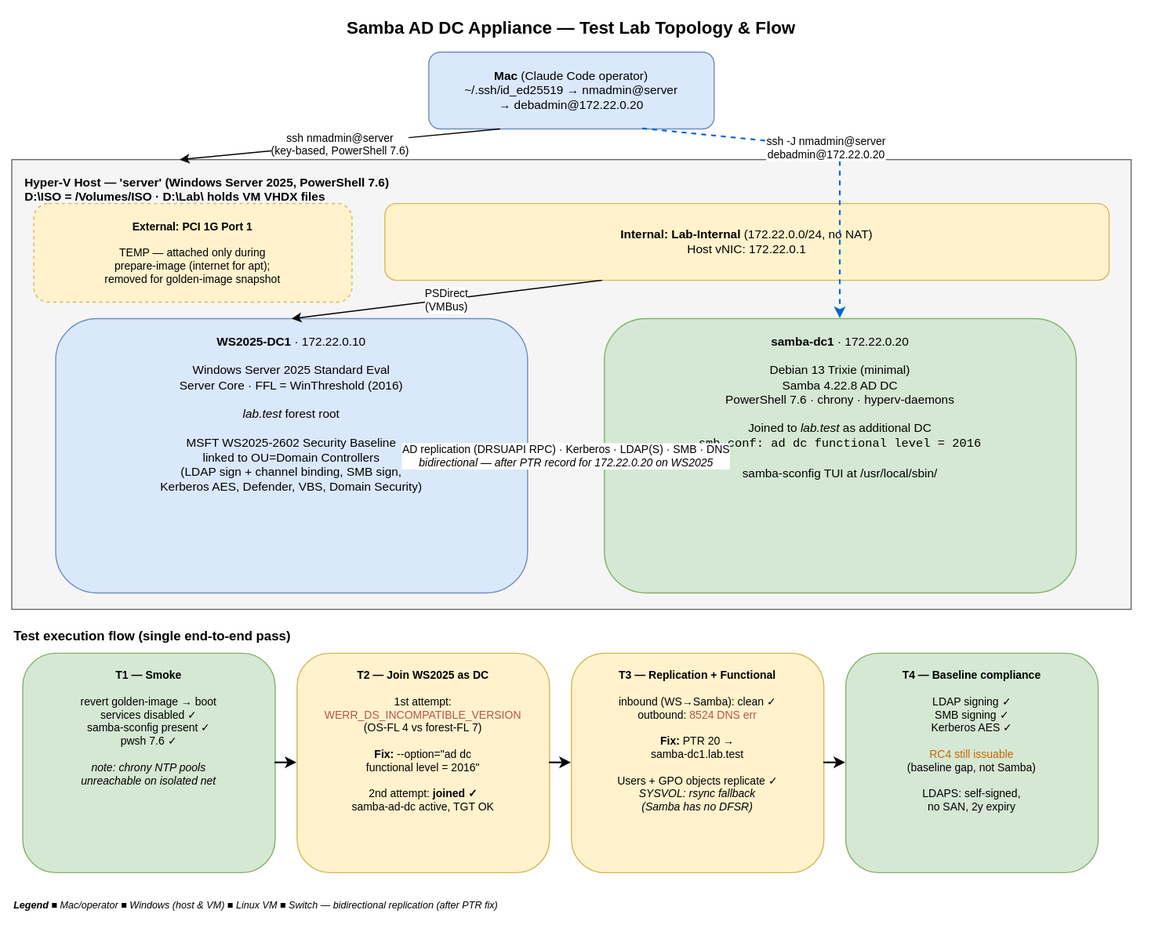
Above: test-results/topology.svg in hooman/samba-addc-appliance (draw.io), before the change. Source tidied: cells renumbered, new cells last; positions are measured from the earlier drawing's top-left corner, leaving out a move shared by most shapes.
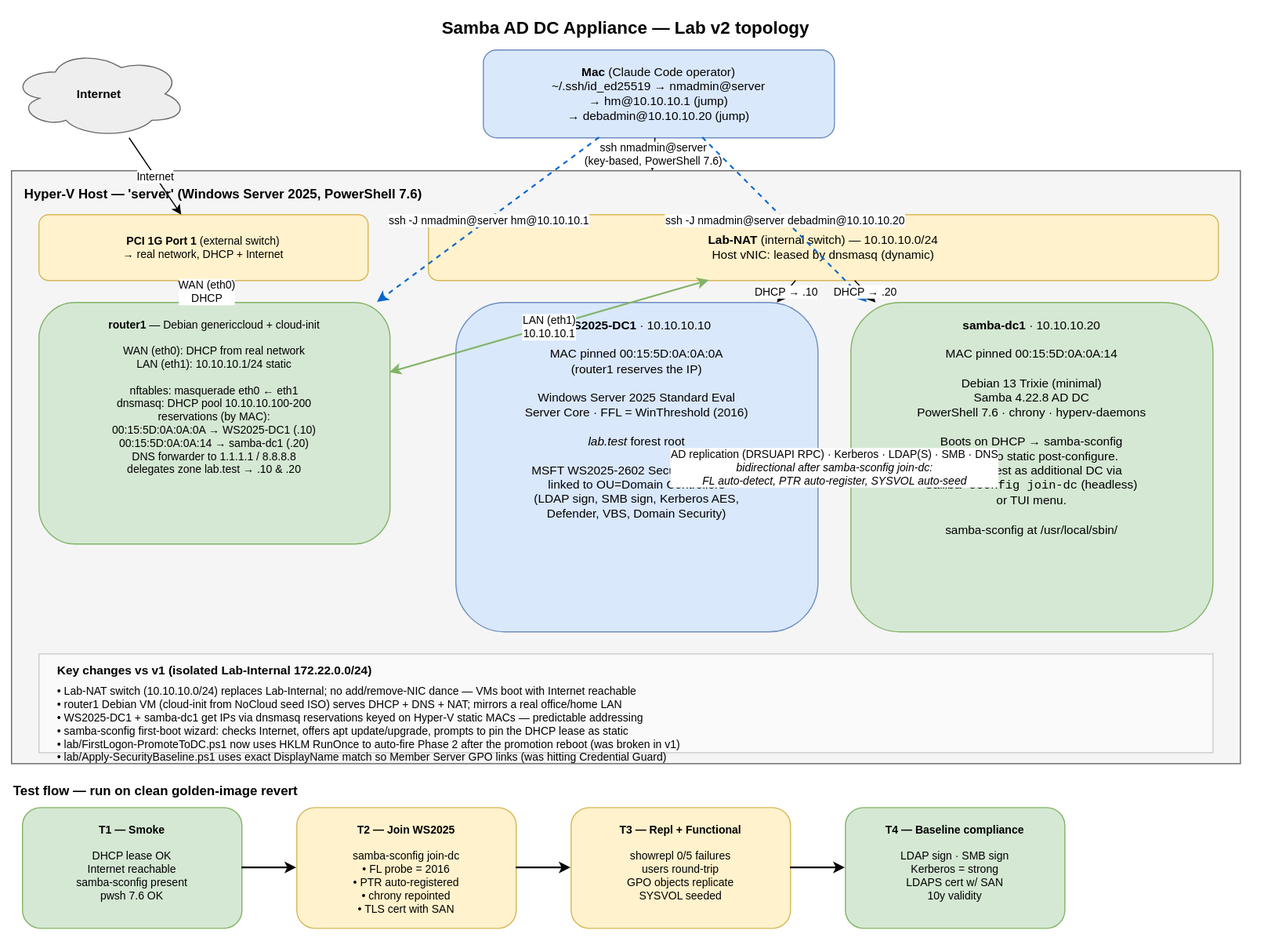
The same diagram one commit later.

What changed in the source:
```diff
@@ -2,57 +2,83 @@
   <root>
     <mxCell id="0" />
     <mxCell id="1" parent="0" />
-    <mxCell id="2" value="Samba AD DC Appliance — Test Lab Topology &amp;amp; Flow" style="text;html=1;strokeColor=none;fillColor=none;align=center;verticalAlign=middle;whiteSpace=wrap;rounded=0;fontSize=16;fontStyle=1;" parent="1" vertex="1">
-      <mxGeometry x="260" width="500" height="30" as="geometry" />
+    <mxCell id="2" value="Samba AD DC Appliance — Lab v2 topology" style="text;html=1;strokeColor=none;fillColor=none;align=center;verticalAlign=middle;whiteSpace=wrap;rounded=0;fontSize=16;fontStyle=1;" parent="1" vertex="1">
+      <mxGeometry x="310" width="500" height="30" as="geometry" />
     </mxCell>
-    <mxCell id="3" value="&lt;b&gt;Mac&lt;/b&gt; (Claude Code operator)&#10;~/.ssh/id_ed25519 → nmadmin@server&#10;                          → debadmin@172.22.0.20" style="rounded=1;whiteSpace=wrap;html=1;fillColor=#dae8fc;strokeColor=#6c8ebf;fontSize=11;align=center;verticalAlign=middle;" parent="1" vertex="1">
-      <mxGeometry x="380" y="37" width="260" height="70" as="geometry" />
+    <mxCell id="3" value="&lt;b&gt;Mac&lt;/b&gt; (Claude Code operator)&#10;~/.ssh/id_ed25519 → nmadmin@server&#10;                          → hm@10.10.10.1 (jump)&#10;                          → debadmin@10.10.10.20 (jump)" style="rounded=1;whiteSpace=wrap;html=1;fillColor=#dae8fc;strokeColor=#6c8ebf;fontSize=11;align=center;verticalAlign=middle;" parent="1" vertex="1">
+      <mxGeometry x="430" y="35" width="320" height="80" as="geometry" />
     </mxCell>
+    <mxCell id="22" value="&lt;b&gt;Internet&lt;/b&gt;" style="shape=cloud;whiteSpace=wrap;html=1;fillColor=#eeeeee;strokeColor=#666666;fontSize=11;" parent="1" vertex="1">
+      <mxGeometry y="35" width="160" height="80" as="geometry" />
+    </mxCell>
-    <mxCell id="4" value="Hyper-V Host — 'server' (Windows Server 2025, PowerShell 7.6)&#10;D:\ISO = /Volumes/ISO   ·   D:\Lab\ holds VM VHDX files" style="rounded=0;whiteSpace=wrap;html=1;fillColor=#f5f5f5;strokeColor=#666666;verticalAlign=top;fontStyle=1;fontSize=11;align=left;spacingLeft=10;spacingTop=8;" parent="1" vertex="1">
-      <mxGeometry y="135" width="1020" height="410" as="geometry" />
+    <mxCell id="4" value="Hyper-V Host — 'server' (Windows Server 2025, PowerShell 7.6)" style="rounded=0;whiteSpace=wrap;html=1;fillColor=#f5f5f5;strokeColor=#666666;verticalAlign=top;fontStyle=1;fontSize=12;align=left;spacingLeft=10;spacingTop=8;" parent="1" vertex="1">
+      <mxGeometry y="145" width="1120" height="540" as="geometry" />
     </mxCell>
-    <mxCell id="5" value="&lt;b&gt;External: PCI 1G Port 1&lt;/b&gt;&#10;&#10;TEMP — attached only during&#10;prepare-image (internet for apt);&#10;removed for golden-image snapshot" style="rounded=1;whiteSpace=wrap;html=1;fillColor=#fff2cc;strokeColor=#d6b656;dashed=1;fontSize=10;align=center;verticalAlign=middle;" parent="1" vertex="1">
-      <mxGeometry x="20" y="175" width="290" height="90" as="geometry" />
+    <mxCell id="5" value="&lt;b&gt;PCI 1G Port 1&lt;/b&gt; (external switch)&#10;→ real network, DHCP + Internet" style="rounded=1;whiteSpace=wrap;html=1;fillColor=#fff2cc;strokeColor=#d6b656;fontSize=10;align=center;verticalAlign=middle;" parent="1" vertex="1">
+      <mxGeometry x="25" y="185" width="300" height="60" as="geometry" />
     </mxCell>
+    <mxCell id="23" value="&lt;b&gt;router1&lt;/b&gt; — Debian genericcloud + cloud-init&#10;&#10;WAN (eth0): DHCP from real network&#10;LAN (eth1): 10.10.10.1/24 static&#10;&#10;nftables: masquerade eth0 ← eth1&#10;dnsmasq:   DHCP pool 10.10.10.100-200&#10;            reservations (by MAC):&#10;              00:15:5D:0A:0A:0A → WS2025-DC1  (.10)&#10;              00:15:5D:0A:0A:14 → samba-dc1   (.20)&#10;            DNS forwarder to 1.1.1.1 / 8.8.8.8&#10;            delegates zone lab.test → .10 &amp; .20" style="rounded=1;whiteSpace=wrap;html=1;fillColor=#d5e8d4;strokeColor=#82b366;verticalAlign=top;fontSize=10;align=center;spacingTop=8;" parent="1" vertex="1">
+      <mxGeometry x="25" y="265" width="320" height="220" as="geometry" />
+    </mxCell>
-    <mxCell id="6" value="&lt;b&gt;Internal: Lab-Internal&lt;/b&gt;  (172.22.0.0/24, no NAT)&#10;Host vNIC: 172.22.0.1" style="rounded=1;whiteSpace=wrap;html=1;fillColor=#fff2cc;strokeColor=#d6b656;fontSize=11;align=center;verticalAlign=middle;" parent="1" vertex="1">
-      <mxGeometry x="340" y="175" width="660" height="70" as="geometry" />
+    <mxCell id="6" value="&lt;b&gt;Lab-NAT&lt;/b&gt; (internal switch) — 10.10.10.0/24&#10;Host vNIC: leased by dnsmasq (dynamic)" style="rounded=1;whiteSpace=wrap;html=1;fillColor=#fff2cc;strokeColor=#d6b656;fontSize=11;align=center;verticalAlign=middle;" parent="1" vertex="1">
+      <mxGeometry x="380" y="185" width="720" height="60" as="geometry" />
     </mxCell>
-    <mxCell id="7" value="&lt;b&gt;WS2025-DC1&lt;/b&gt;  ·  172.22.0.10&#10;&#10;Windows Server 2025 Standard Eval&#10;Server Core · FFL = WinThreshold (2016)&#10;&#10;&lt;i&gt;lab.test&lt;/i&gt; forest root&#10;&#10;MSFT WS2025-2602 Security Baseline&#10;linked to OU=Domain Controllers&#10;(LDAP sign + channel binding, SMB sign,&#10;Kerberos AES, Defender, VBS, Domain Security)" style="rounded=1;whiteSpace=wrap;html=1;fillColor=#dae8fc;strokeColor=#6c8ebf;verticalAlign=top;fontSize=11;align=center;spacingTop=8;" parent="1" vertex="1">
-      <mxGeometry x="40" y="280" width="430" height="250" as="geometry" />
+    <mxCell id="7" value="&lt;b&gt;WS2025-DC1&lt;/b&gt; · 10.10.10.10&#10;&#10;MAC pinned 00:15:5D:0A:0A:0A&#10;(router1 reserves the IP)&#10;&#10;Windows Server 2025 Standard Eval&#10;Server Core · FFL = WinThreshold (2016)&#10;&#10;&lt;i&gt;lab.test&lt;/i&gt; forest root&#10;&#10;MSFT WS2025-2602 Security Baseline&#10;linked to OU=Domain Controllers&#10;(LDAP sign, SMB sign, Kerberos AES,&#10;Defender, VBS, Domain Security)" style="rounded=1;whiteSpace=wrap;html=1;fillColor=#dae8fc;strokeColor=#6c8ebf;verticalAlign=top;fontSize=11;align=center;spacingTop=8;" parent="1" vertex="1">
+      <mxGeometry x="405" y="265" width="330" height="300" as="geometry" />
     </mxCell>
-    <mxCell id="8" value="&lt;b&gt;samba-dc1&lt;/b&gt;  ·  172.22.0.20&#10;&#10;Debian 13 Trixie (minimal)&#10;Samba 4.22.8 AD DC&#10;PowerShell 7.6 · chrony · hyperv-daemons&#10;&#10;Joined to &lt;i&gt;lab.test&lt;/i&gt; as additional DC&#10;&lt;code&gt;smb.conf: ad dc functional level = 2016&lt;/code&gt;&#10;&#10;samba-sconfig TUI at /usr/local/sbin/" style="rounded=1;whiteSpace=wrap;html=1;fillColor=#d5e8d4;strokeColor=#82b366;verticalAlign=top;fontSize=11;align=center;spacingTop=8;" parent="1" vertex="1">
-      <mxGeometry x="540" y="280" width="430" height="250" as="geometry" />
+    <mxCell id="8" value="&lt;b&gt;samba-dc1&lt;/b&gt; · 10.10.10.20&#10;&#10;MAC pinned 00:15:5D:0A:0A:14&#10;&#10;Debian 13 Trixie (minimal)&#10;Samba 4.22.8 AD DC&#10;PowerShell 7.6 · chrony · hyperv-daemons&#10;&#10;Boots on DHCP → samba-sconfig&#10;converts to static post-configure.&#10;Joins lab.test as additional DC via&#10;&lt;code&gt;samba-sconfig join-dc&lt;/code&gt; (headless)&#10;or TUI menu.&#10;&#10;samba-sconfig at /usr/local/sbin/" style="rounded=1;whiteSpace=wrap;html=1;fillColor=#d5e8d4;strokeColor=#82b366;verticalAlign=top;fontSize=11;align=center;spacingTop=8;" parent="1" vertex="1">
+      <mxGeometry x="765" y="265" width="330" height="300" as="geometry" />
     </mxCell>
+    <mxCell id="24" value="Internet" style="endArrow=classic;html=1;labelBackgroundColor=#ffffff;fontSize=10;" parent="1" edge="1" source="22" target="5">
+      <mxGeometry relative="1" as="geometry" />
+    </mxCell>
-    <mxCell id="9" value="ssh nmadmin@server&#10;(key-based, PowerShell 7.6)" style="endArrow=classic;html=1;labelBackgroundColor=#ffffff;fontSize=10;exitX=0.25;exitY=1;exitDx=0;exitDy=0;entryX=0.15;entryY=0;entryDx=0;entryDy=0;" parent="1" edge="1" source="3" target="4">
+    <mxCell id="9" value="ssh nmadmin@server&#10;(key-based, PowerShell 7.6)" style="endArrow=classic;html=1;labelBackgroundColor=#ffffff;fontSize=10;" parent="1" edge="1" source="3" target="4">
       <mxGeometry relative="1" as="geometry" />
     </mxCell>
+    <mxCell id="25" value="ssh -J nmadmin@server hm@10.10.10.1" style="endArrow=classic;html=1;labelBackgroundColor=#ffffff;fontSize=10;dashed=1;strokeColor=#0066cc;strokeWidth=1.5;" parent="1" edge="1" source="3" target="23">
+      <mxGeometry relative="1" as="geometry" />
+    </mxCell>
-    <mxCell id="10" value="ssh -J nmadmin@server&#10;debadmin@172.22.0.20" style="endArrow=classic;html=1;labelBackgroundColor=#ffffff;fontSize=10;dashed=1;strokeColor=#0066cc;strokeWidth=1.5;exitX=0.75;exitY=1;exitDx=0;exitDy=0;entryX=0.5;entryY=0;entryDx=0;entryDy=0;" parent="1" edge="1" source="3" target="8">
-      <mxGeometry relative="1" as="geometry">
-        <Array as="points">
-          <mxPoint x="755" y="125" />
-        </Array>
-      </mxGeometry>
+    <mxCell id="10" value="ssh -J nmadmin@server debadmin@10.10.10.20" style="endArrow=classic;html=1;labelBackgroundColor=#ffffff;fontSize=10;dashed=1;strokeColor=#0066cc;strokeWidth=1.5;" parent="1" edge="1" source="3" target="8">
+      <mxGeometry relative="1" as="geometry" />
     </mxCell>
+    <mxCell id="26" value="WAN (eth0)&#10;DHCP" style="endArrow=classic;startArrow=classic;html=1;labelBackgroundColor=#ffffff;fontSize=10;" parent="1" edge="1" source="23" target="5">
+      <mxGeometry relative="1" as="geometry" />
+    </mxCell>
+    <mxCell id="27" value="LAN (eth1)&#10;10.10.10.1" style="endArrow=classic;startArrow=classic;html=1;labelBackgroundColor=#ffffff;fontSize=10;strokeColor=#82b366;strokeWidth=1.5;" parent="1" edge="1" source="23" target="6">
+      <mxGeometry relative="1" as="geometry" />
+    </mxCell>
-    <mxCell id="11" value="PSDirect&#10;(VMBus)" style="endArrow=classic;html=1;labelBackgroundColor=#ffffff;fontSize=10;exitX=0.3;exitY=1;exitDx=0;exitDy=0;entryX=0.5;entryY=0;entryDx=0;entryDy=0;" parent="1" edge="1" source="6" target="7">
+    <mxCell id="11" value="DHCP → .10" style="endArrow=classic;html=1;labelBackgroundColor=#ffffff;fontSize=10;" parent="1" edge="1" source="6" target="7">
       <mxGeometry relative="1" as="geometry" />
     </mxCell>
+    <mxCell id="28" value="DHCP → .20" style="endArrow=classic;html=1;labelBackgroundColor=#ffffff;fontSize=10;" parent="1" edge="1" source="6" target="8">
+      <mxGeometry relative="1" as="geometry" />
+    </mxCell>
-    <mxCell id="12" value="AD replication (DRSUAPI RPC)  ·  Kerberos  ·  LDAP(S)  ·  SMB  ·  DNS&#10;&lt;i&gt;bidirectional — after PTR record for 172.22.0.20 on WS2025&lt;/i&gt;" style="endArrow=classic;startArrow=classic;html=1;labelBackgroundColor=#ffffff;fontSize=10;strokeWidth=2;strokeColor=#b85450;exitX=1;exitY=0.5;exitDx=0;exitDy=0;entryX=0;entryY=0.5;entryDx=0;entryDy=0;" parent="1" edge="1" source="7" target="8">
+    <mxCell id="12" value="AD replication (DRSUAPI RPC) · Kerberos · LDAP(S) · SMB · DNS&#10;&lt;i&gt;bidirectional after samba-sconfig join-dc:&#10;FL auto-detect, PTR auto-register, SYSVOL auto-seed&lt;/i&gt;" style="endArrow=classic;startArrow=classic;html=1;labelBackgroundColor=#ffffff;fontSize=10;strokeWidth=2;strokeColor=#b85450;" parent="1" edge="1" source="7" target="8">
       <mxGeometry relative="1" as="geometry" />
     </mxCell>
+    <mxCell id="29" style="rounded=0;whiteSpace=wrap;html=1;fillColor=#fafafa;strokeColor=#cccccc;" parent="1" vertex="1">
+      <mxGeometry x="25" y="585" width="1070" height="90" as="geometry" />
+    </mxCell>
+    <mxCell id="30" value="Key changes vs v1 (isolated Lab-Internal 172.22.0.0/24)" style="text;html=1;strokeColor=none;fillColor=none;align=left;verticalAlign=middle;fontSize=11;fontStyle=1;" parent="1" vertex="1">
+      <mxGeometry x="40" y="590" width="500" height="20" as="geometry" />
+    </mxCell>
+    <mxCell id="31" value="• Lab-NAT switch (10.10.10.0/24) replaces Lab-Internal; no add/remove-NIC dance — VMs boot with Internet reachable&#10;• router1 Debian VM (cloud-init from NoCloud seed ISO) serves DHCP + DNS + NAT; mirrors a real office/home LAN&#10;• WS2025-DC1 + samba-dc1 get IPs via dnsmasq reservations keyed on Hyper-V static MACs — predictable addressing&#10;• samba-sconfig first-boot wizard: checks Internet, offers apt update/upgrade, prompts to pin the DHCP lease as static&#10;• lab/FirstLogon-PromoteToDC.ps1 now uses HKLM RunOnce to auto-fire Phase 2 after the promotion reboot (was broken in v1)&#10;• lab/Apply-SecurityBaseline.ps1 uses exact DisplayName match so Member Server GPO links (was hitting Credential Guard)" style="text;html=1;strokeColor=none;fillColor=none;align=left;verticalAlign=top;fontSize=10;" parent="1" vertex="1">
+      <mxGeometry x="40" y="607" width="1050" height="65" as="geometry" />
+    </mxCell>
-    <mxCell id="13" value="Test execution flow (single end-to-end pass)" style="text;html=1;strokeColor=none;fillColor=none;align=left;verticalAlign=middle;whiteSpace=wrap;rounded=0;fontSize=12;fontStyle=1;" parent="1" vertex="1">
-      <mxGeometry y="560" width="400" height="20" as="geometry" />
+    <mxCell id="13" value="Test flow — run on clean golden-image revert" style="text;html=1;strokeColor=none;fillColor=none;align=left;verticalAlign=middle;whiteSpace=wrap;rounded=0;fontSize=12;fontStyle=1;" parent="1" vertex="1">
+      <mxGeometry y="700" width="500" height="20" as="geometry" />
     </mxCell>
-    <mxCell id="14" value="&lt;b&gt;T1 — Smoke&lt;/b&gt;&#10;&#10;revert golden-image → boot&#10;services disabled ✓&#10;samba-sconfig present ✓&#10;pwsh 7.6 ✓&#10;&#10;&lt;i&gt;note: chrony NTP pools&#10;unreachable on isolated net&lt;/i&gt;" style="rounded=1;whiteSpace=wrap;html=1;fillColor=#d5e8d4;strokeColor=#82b366;fontSize=10;align=center;verticalAlign=top;spacingTop=8;" parent="1" vertex="1">
-      <mxGeometry x="10" y="585" width="230" height="200" as="geometry" />
+    <mxCell id="14" value="&lt;b&gt;T1 — Smoke&lt;/b&gt;&#10;&#10;DHCP lease OK&#10;Internet reachable&#10;samba-sconfig present&#10;pwsh 7.6 OK" style="rounded=1;whiteSpace=wrap;html=1;fillColor=#d5e8d4;strokeColor=#82b366;fontSize=10;align=center;verticalAlign=top;spacingTop=8;" parent="1" vertex="1">
+      <mxGeometry x="10" y="725" width="200" height="110" as="geometry" />
     </mxCell>
-    <mxCell id="15" value="&lt;b&gt;T2 — Join WS2025 as DC&lt;/b&gt;&#10;&#10;1st attempt:&#10;&lt;font color=&quot;#b85450&quot;&gt;WERR_DS_INCOMPATIBLE_VERSION&lt;/font&gt;&#10;(OS-FL 4 vs forest-FL 7)&#10;&#10;&lt;b&gt;Fix:&lt;/b&gt; --option=&amp;quot;ad dc&#10;functional level = 2016&amp;quot;&#10;&#10;2nd attempt: &lt;b&gt;joined ✓&lt;/b&gt;&#10;samba-ad-dc active, TGT OK" style="rounded=1;whiteSpace=wrap;html=1;fillColor=#fff2cc;strokeColor=#d6b656;fontSize=10;align=center;verticalAlign=top;spacingTop=8;" parent="1" vertex="1">
-      <mxGeometry x="260" y="585" width="230" height="200" as="geometry" />
+    <mxCell id="15" value="&lt;b&gt;T2 — Join WS2025&lt;/b&gt;&#10;&#10;samba-sconfig join-dc&#10;• FL probe = 2016&#10;• PTR auto-registered&#10;• chrony repointed&#10;• TLS cert with SAN" style="rounded=1;whiteSpace=wrap;html=1;fillColor=#fff2cc;strokeColor=#d6b656;fontSize=10;align=center;verticalAlign=top;spacingTop=8;" parent="1" vertex="1">
+      <mxGeometry x="260" y="725" width="200" height="110" as="geometry" />
     </mxCell>
-    <mxCell id="16" value="&lt;b&gt;T3 — Replication + Functional&lt;/b&gt;&#10;&#10;inbound (WS→Samba): clean ✓&#10;outbound: &lt;font color=&quot;#b85450&quot;&gt;8524 DNS err&lt;/font&gt;&#10;&#10;&lt;b&gt;Fix:&lt;/b&gt; PTR 20 →&#10;samba-dc1.lab.test&#10;&#10;Users + GPO objects replicate ✓&#10;&lt;i&gt;SYSVOL: rsync fallback&#10;(Samba has no DFSR)&lt;/i&gt;" style="rounded=1;whiteSpace=wrap;html=1;fillColor=#fff2cc;strokeColor=#d6b656;fontSize=10;align=center;verticalAlign=top;spacingTop=8;" parent="1" vertex="1">
-      <mxGeometry x="510" y="585" width="230" height="200" as="geometry" />
+    <mxCell id="16" value="&lt;b&gt;T3 — Repl + Functional&lt;/b&gt;&#10;&#10;showrepl 0/5 failures&#10;users round-trip&#10;GPO objects replicate&#10;SYSVOL seeded" style="rounded=1;whiteSpace=wrap;html=1;fillColor=#fff2cc;strokeColor=#d6b656;fontSize=10;align=center;verticalAlign=top;spacingTop=8;" parent="1" vertex="1">
+      <mxGeometry x="510" y="725" width="200" height="110" as="geometry" />
     </mxCell>
-    <mxCell id="17" value="&lt;b&gt;T4 — Baseline compliance&lt;/b&gt;&#10;&#10;LDAP signing ✓&#10;SMB signing ✓&#10;Kerberos AES ✓&#10;&#10;&lt;font color=&quot;#cc6600&quot;&gt;RC4 still issuable&lt;/font&gt;&#10;(baseline gap, not Samba)&#10;&#10;LDAPS: self-signed,&#10;no SAN, 2y expiry" style="rounded=1;whiteSpace=wrap;html=1;fillColor=#d5e8d4;strokeColor=#82b366;fontSize=10;align=center;verticalAlign=top;spacingTop=8;" parent="1" vertex="1">
-      <mxGeometry x="760" y="585" width="230" height="200" as="geometry" />
+    <mxCell id="17" value="&lt;b&gt;T4 — Baseline compliance&lt;/b&gt;&#10;&#10;LDAP sign · SMB sign&#10;Kerberos = strong&#10;LDAPS cert w/ SAN&#10;10y validity" style="rounded=1;whiteSpace=wrap;html=1;fillColor=#d5e8d4;strokeColor=#82b366;fontSize=10;align=center;verticalAlign=top;spacingTop=8;" parent="1" vertex="1">
+      <mxGeometry x="760" y="725" width="200" height="110" as="geometry" />
     </mxCell>
     <mxCell id="18" style="endArrow=classic;html=1;strokeWidth=1.5;" parent="1" edge="1" source="14" target="15">
       <mxGeometry relative="1" as="geometry" />
@@ -63,8 +89,5 @@
     <mxCell id="20" style="endArrow=classic;html=1;strokeWidth=1.5;" parent="1" edge="1" source="16" target="17">
       <mxGeometry relative="1" as="geometry" />
     </mxCell>
-    <mxCell id="21" value="&lt;b&gt;Legend&lt;/b&gt;    &amp;#9632; Mac/operator    &amp;#9632; Windows (host &amp; VM)    &amp;#9632; Linux VM    &amp;#9632; Switch    &amp;#8213; bidirectional replication (after PTR fix)" style="text;html=1;strokeColor=none;fillColor=none;align=left;verticalAlign=middle;whiteSpace=wrap;rounded=0;fontSize=9;fontStyle=2;" parent="1" vertex="1">
-      <mxGeometry y="805" width="1020" height="20" as="geometry" />
-    </mxCell>
   </root>
 </mxGraphModel>
```
